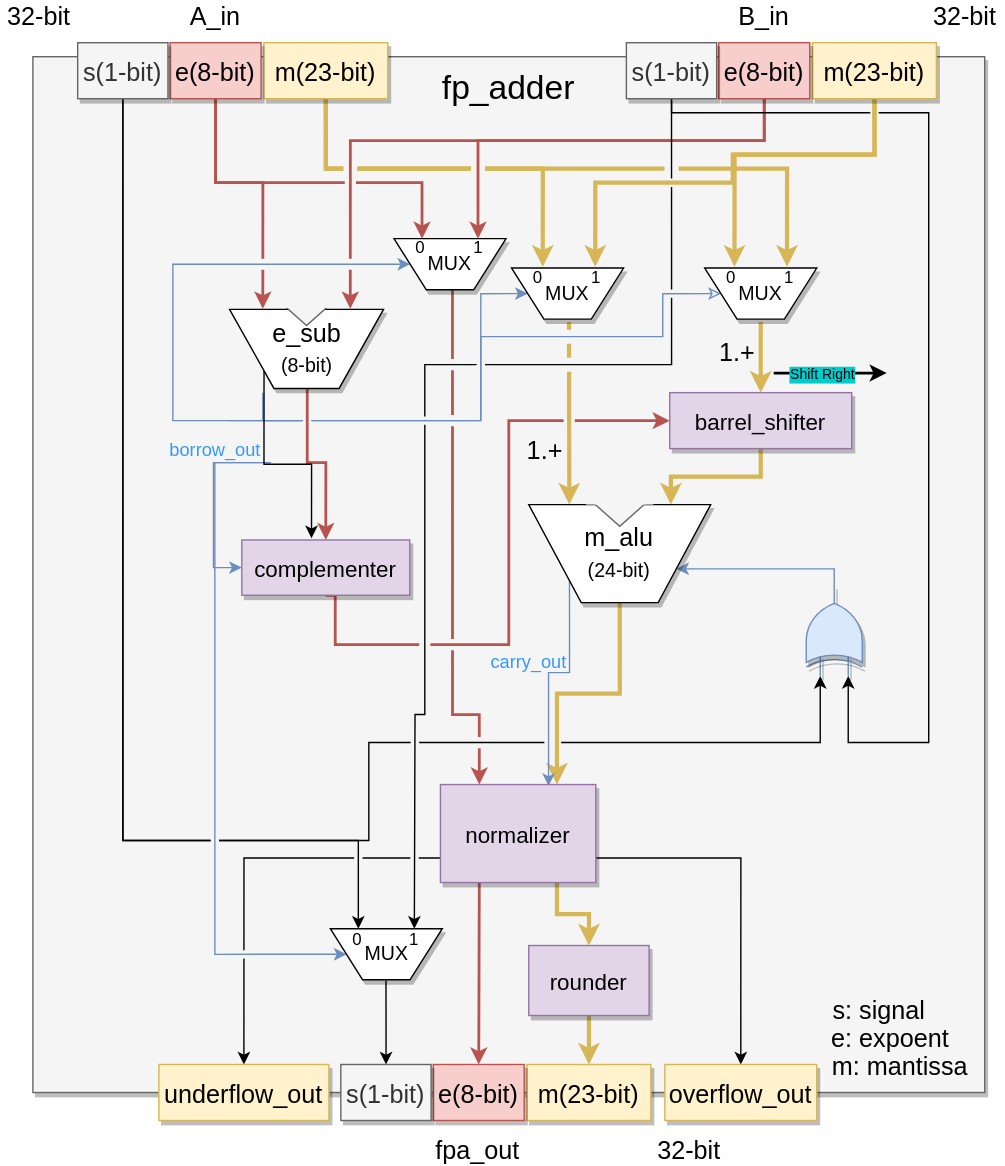
Above: alib/fp_adder_structure.svg in UandersonSilva/floating_point (draw.io), before the change. Source tidied: cells renumbered, new cells last; positions are measured from the earlier drawing's top-left corner, leaving out a move shared by most shapes.
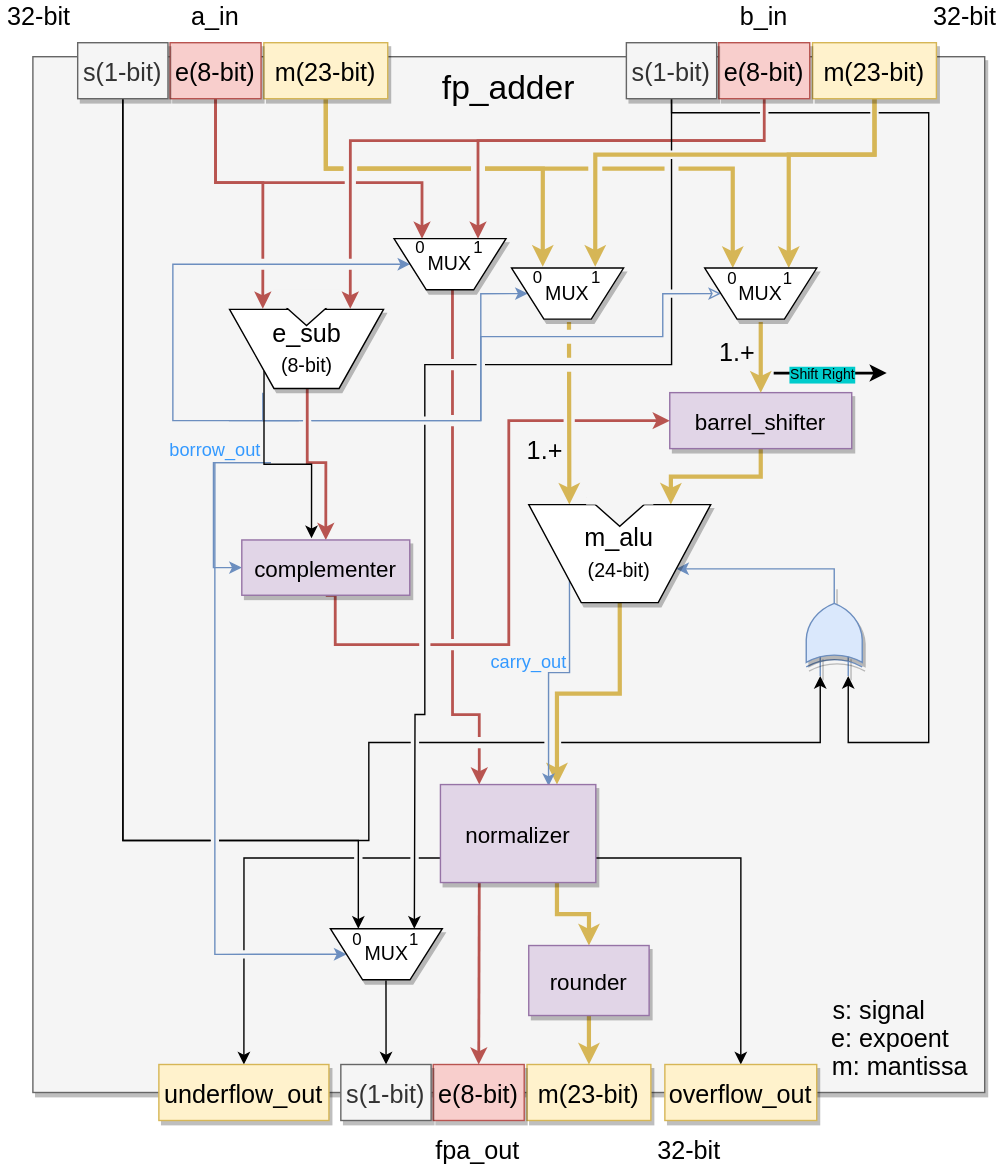
Later version of the same file.

Commit message:
connections corrected.

Diff of the diagram source:
```diff
@@ -89,12 +89,11 @@
     <mxCell id="14" style="edgeStyle=orthogonalEdgeStyle;rounded=0;jettySize=auto;html=1;exitX=0;exitY=1;exitDx=0;exitDy=0;entryX=0.415;entryY=-0.032;entryDx=0;entryDy=0;entryPerimeter=0;" parent="1" edge="1" source="83" target="49">
       <mxGeometry relative="1" as="geometry" />
     </mxCell>
-    <mxCell id="15" style="edgeStyle=orthogonalEdgeStyle;rounded=0;jettySize=auto;html=1;exitX=0.5;exitY=1;exitDx=0;exitDy=0;entryX=0.25;entryY=0;entryDx=0;entryDy=0;strokeWidth=3;fontSize=10;fillColor=#fff2cc;strokeColor=#d6b656;" parent="1" edge="1" source="17">
+    <mxCell id="15" style="edgeStyle=orthogonalEdgeStyle;rounded=0;jettySize=auto;html=1;exitX=0.5;exitY=1;exitDx=0;exitDy=0;strokeWidth=3;fontSize=10;fillColor=#fff2cc;strokeColor=#d6b656;entryX=0.75;entryY=0;entryDx=0;entryDy=0;" parent="1" edge="1" source="17" target="74">
       <mxGeometry relative="1" as="geometry">
-        <mxPoint x="524.2" y="190" as="targetPoint" />
         <Array as="points">
           <mxPoint x="624" y="110" />
-          <mxPoint x="524" y="110" />
+          <mxPoint x="563" y="110" />
         </Array>
       </mxGeometry>
     </mxCell>
@@ -103,9 +102,7 @@
         <mxPoint x="424.8" y="190" as="targetPoint" />
         <Array as="points">
           <mxPoint x="624" y="110" />
-          <mxPoint x="523" y="110" />
-          <mxPoint x="523" y="130" />
-          <mxPoint x="425" y="130" />
+          <mxPoint x="425" y="110" />
         </Array>
       </mxGeometry>
     </mxCell>
@@ -134,8 +131,9 @@
     <mxCell id="22" value="32-bit" style="text;strokeColor=none;fillColor=none;align=center;verticalAlign=middle;rounded=0;fontSize=18;" parent="1" vertex="1">
       <mxGeometry x="661.5" width="55" height="20" as="geometry" />
     </mxCell>
-    <mxCell id="23" style="edgeStyle=orthogonalEdgeStyle;rounded=0;jettySize=auto;html=1;exitX=0.5;exitY=1;exitDx=0;exitDy=0;strokeWidth=2;jumpStyle=gap;entryX=0.75;entryY=0;entryDx=0;entryDy=0;fillColor=#f8cecc;strokeColor=#b85450;" parent="1" edge="1" source="25">
+    <mxCell id="23" style="edgeStyle=orthogonalEdgeStyle;rounded=0;orthogonalLoop=1;jettySize=auto;html=1;strokeWidth=2;jumpStyle=gap;entryX=0.75;entryY=0;entryDx=0;entryDy=0;fillColor=#f8cecc;strokeColor=#b85450;" parent="1" edge="1">
       <mxGeometry relative="1" as="geometry">
+        <mxPoint x="533" y="100" as="sourcePoint" />
         <mxPoint x="249.8" y="220" as="targetPoint" />
         <Array as="points">
           <mxPoint x="546" y="100" />
@@ -178,12 +176,11 @@
     <mxCell id="28" value="s(1-bit)" style="shadow=1;fontSize=18;fillColor=#f5f5f5;strokeColor=#666666;fontColor=#333333;" parent="1" vertex="1">
       <mxGeometry x="447" y="30" width="64.5" height="40" as="geometry" />
     </mxCell>
-    <mxCell id="29" style="edgeStyle=orthogonalEdgeStyle;rounded=0;jettySize=auto;html=1;exitX=0.5;exitY=1;exitDx=0;exitDy=0;entryX=0.75;entryY=0;entryDx=0;entryDy=0;strokeWidth=3;fontSize=10;jumpStyle=gap;fillColor=#fff2cc;strokeColor=#d6b656;" parent="1" edge="1" source="31">
+    <mxCell id="29" style="edgeStyle=orthogonalEdgeStyle;rounded=0;jettySize=auto;html=1;exitX=0.5;exitY=1;exitDx=0;exitDy=0;strokeWidth=3;fontSize=10;jumpStyle=gap;fillColor=#fff2cc;strokeColor=#d6b656;entryX=0.25;entryY=0;entryDx=0;entryDy=0;" parent="1" edge="1" source="31" target="74">
       <mxGeometry relative="1" as="geometry">
-        <mxPoint x="561.8" y="190" as="targetPoint" />
         <Array as="points">
           <mxPoint x="232" y="120" />
-          <mxPoint x="562" y="120" />
+          <mxPoint x="523" y="120" />
         </Array>
       </mxGeometry>
     </mxCell>
@@ -240,10 +237,10 @@
     <mxCell id="37" value="s(1-bit)" style="shadow=1;fontSize=18;fillColor=#f5f5f5;strokeColor=#666666;fontColor=#333333;" parent="1" vertex="1">
       <mxGeometry x="55" y="30" width="64.5" height="40" as="geometry" />
     </mxCell>
-    <mxCell id="38" value="A_in" style="text;strokeColor=none;fillColor=none;align=center;verticalAlign=middle;rounded=0;fontSize=18;" parent="1" vertex="1">
+    <mxCell id="38" value="a_in" style="text;strokeColor=none;fillColor=none;align=center;verticalAlign=middle;rounded=0;fontSize=18;" parent="1" vertex="1">
       <mxGeometry x="126" width="55" height="20" as="geometry" />
     </mxCell>
-    <mxCell id="39" value="B_in" style="text;strokeColor=none;fillColor=none;align=center;verticalAlign=middle;rounded=0;fontSize=18;" parent="1" vertex="1">
+    <mxCell id="39" value="b_in" style="text;strokeColor=none;fillColor=none;align=center;verticalAlign=middle;rounded=0;fontSize=18;" parent="1" vertex="1">
       <mxGeometry x="518" width="55" height="20" as="geometry" />
     </mxCell>
     <mxCell id="40" style="edgeStyle=orthogonalEdgeStyle;rounded=0;jettySize=auto;html=1;exitX=0.5;exitY=1;exitDx=0;exitDy=0;entryX=0.5;entryY=0;entryDx=0;entryDy=0;strokeWidth=3;fontSize=10;fillColor=#fff2cc;strokeColor=#d6b656;" parent="1" edge="1" target="19">
@@ -377,10 +374,10 @@
       <mxGeometry x="503" y="191" width="80" height="36.5" as="geometry" />
     </mxCell>
     <mxCell id="75" value="1" style="text;html=1;strokeColor=none;fillColor=none;align=center;verticalAlign=middle;whiteSpace=wrap;rounded=0;shadow=1;fontSize=12;" parent="1" vertex="1">
-      <mxGeometry x="554.8" y="191" width="16.8" height="13" as="geometry" />
+      <mxGeometry x="554.2" y="192" width="16.8" height="13" as="geometry" />
     </mxCell>
     <mxCell id="76" value="0" style="text;html=1;strokeColor=none;fillColor=none;align=center;verticalAlign=middle;whiteSpace=wrap;rounded=0;shadow=1;fontSize=12;" parent="1" vertex="1">
-      <mxGeometry x="514" y="191" width="16" height="13" as="geometry" />
+      <mxGeometry x="514.5" y="192" width="16" height="13" as="geometry" />
     </mxCell>
     <mxCell id="77" value="MUX" style="verticalLabelPosition=middle;verticalAlign=middle;shape=trapezoid;perimeter=trapezoidPerimeter;size=0.2884615384615385;arcSize=10;flipV=1;labelPosition=center;align=center;rotation=0;shadow=1;html=1;whiteSpace=wrap;fontSize=14;fontStyle=0;" parent="1" vertex="1">
       <mxGeometry x="235.5" y="663" width="80" height="36.5" as="geometry" />
@@ -394,7 +391,7 @@
     <mxCell id="80" value="m_alu&lt;br&gt;&lt;font style=&quot;font-size: 14px;&quot;&gt;(24-bit)&lt;/font&gt;" style="verticalLabelPosition=middle;verticalAlign=middle;shape=trapezoid;perimeter=trapezoidPerimeter;size=0.2884615384615385;arcSize=10;flipV=1;labelPosition=center;align=center;rotation=0;shadow=1;html=1;whiteSpace=wrap;fontSize=18;" parent="1" vertex="1">
       <mxGeometry x="377.2" y="360" width="130" height="70" as="geometry" />
     </mxCell>
-    <mxCell id="81" style="triangle;whiteSpace=wrap;html=1;shadow=0;strokeColor=#666666;rotation=90;fillColor=#f5f5f5;fontColor=#333333;" parent="1" vertex="1">
+    <mxCell id="81" style="triangle;whiteSpace=wrap;html=1;shadow=0;strokeColor=#000000;rotation=90;fillColor=#f5f5f5;fontColor=#333333;" parent="1" vertex="1">
       <mxGeometry x="432.2" y="343" width="20" height="45" as="geometry" />
     </mxCell>
     <mxCell id="82" style="rounded=0;whiteSpace=wrap;html=1;shadow=0;strokeColor=none;rotation=0;fillColor=#f5f5f5;" parent="1" vertex="1">
@@ -403,7 +400,7 @@
     <mxCell id="83" value="e_sub&lt;br&gt;&lt;font style=&quot;font-size: 14px;&quot;&gt;(8-bit)&lt;/font&gt;" style="verticalLabelPosition=middle;verticalAlign=middle;shape=trapezoid;perimeter=trapezoidPerimeter;size=0.2884615384615385;arcSize=10;flipV=1;labelPosition=center;align=center;rotation=0;shadow=1;html=1;whiteSpace=wrap;fontSize=18;" parent="1" vertex="1">
       <mxGeometry x="163.5" y="220.5" width="110" height="56.5" as="geometry" />
     </mxCell>
-    <mxCell id="84" style="triangle;whiteSpace=wrap;html=1;shadow=0;strokeColor=#666666;rotation=90;fillColor=#f5f5f5;fontColor=#333333;" parent="1" vertex="1">
+    <mxCell id="84" style="triangle;whiteSpace=wrap;html=1;shadow=0;strokeColor=#000000;rotation=90;fillColor=#f5f5f5;fontColor=#333333;" parent="1" vertex="1">
       <mxGeometry x="208.5" y="199.5" width="20" height="45" as="geometry" />
     </mxCell>
     <mxCell id="85" style="rounded=0;whiteSpace=wrap;html=1;shadow=0;strokeColor=none;rotation=0;fillColor=#f5f5f5;" parent="1" vertex="1">
```
